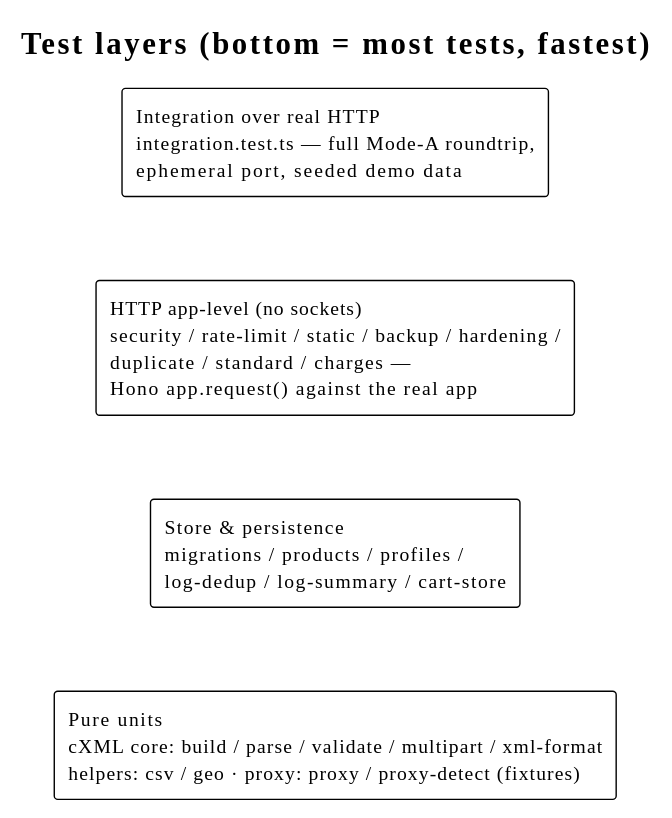
slawomir-szostak/punchout-simulator keeps this PlantUML diagram as docs/diagrams/test-layers.svg. Above is the earlier version.
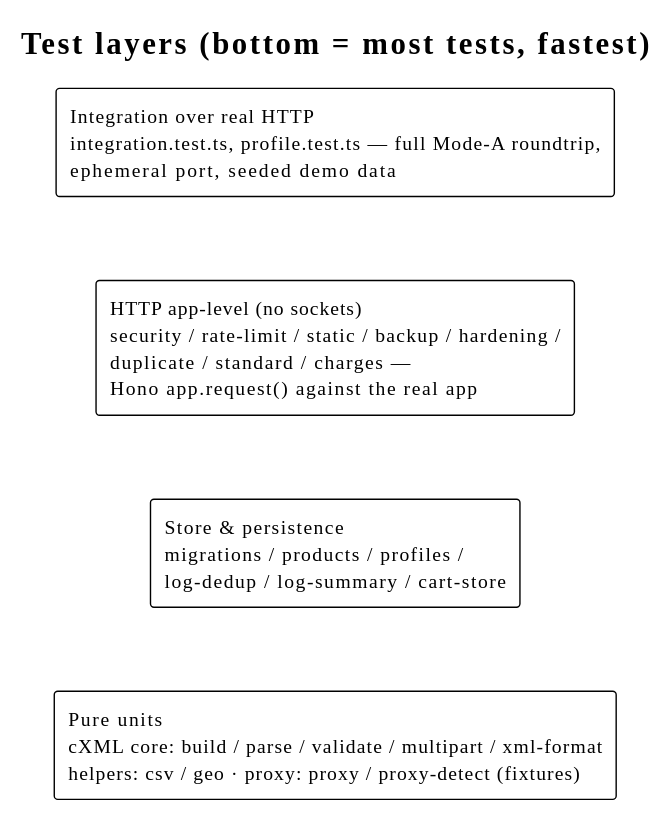
Above is the later version.

The edit, as a diff of the source:
```diff
@@ -2,7 +2,7 @@
 !theme plain
 title Test layers (bottom = most tests, fastest)
 
-rectangle "Integration over real HTTP\nintegration.test.ts — full Mode-A roundtrip,\nephemeral port, seeded demo data" as L4
+rectangle "Integration over real HTTP\nintegration.test.ts, profile.test.ts — full Mode-A roundtrip,\nephemeral port, seeded demo data" as L4
 rectangle "HTTP app-level (no sockets)\nsecurity / rate-limit / static / backup / hardening /\nduplicate / standard / charges —\nHono app.request() against the real app" as L3
 rectangle "Store & persistence\nmigrations / products / profiles /\nlog-dedup / log-summary / cart-store" as L2
 rectangle "Pure units\ncXML core: build / parse / validate / multipart / xml-format\nhelpers: csv / geo · proxy: proxy / proxy-detect (fixtures)" as L1
```
